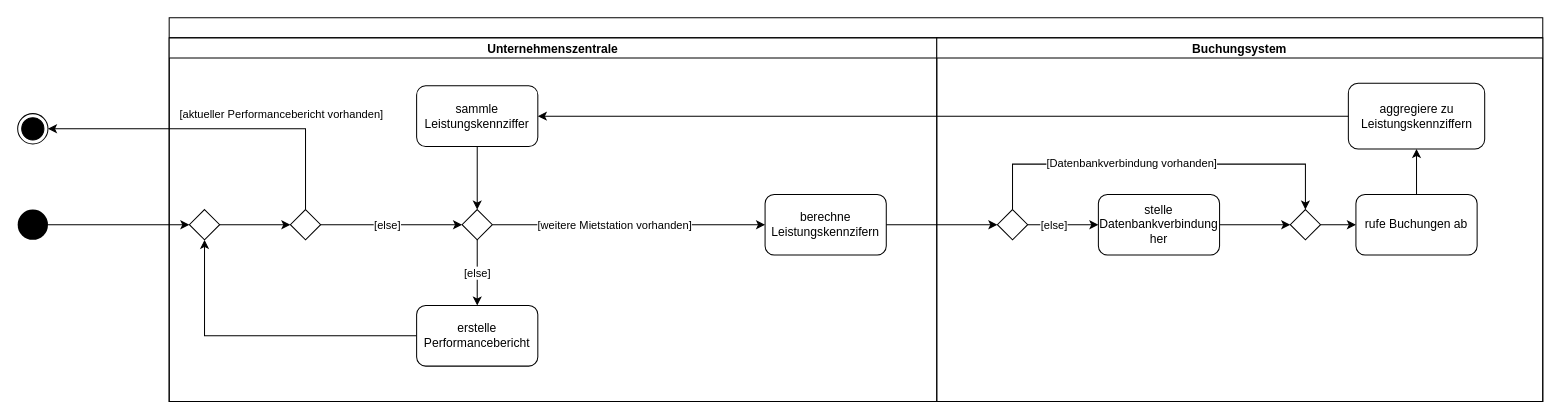
The draw.io diagram E - Allgemeine Verwaltung/E2 - Performance-Bericht erstellen/02 Aktivitätsdiagram - Performance-Bericht erstellen.drawio in DlieBG/car_rental, before the edit. Source tidied: cells renumbered, new cells numbered last; positions are measured from the earlier drawing's top-left corner, leaving out a move shared by most shapes. Both pictures are drawn from the tidied source at 101%, with x=0, y=0 at pixel (17, 17).
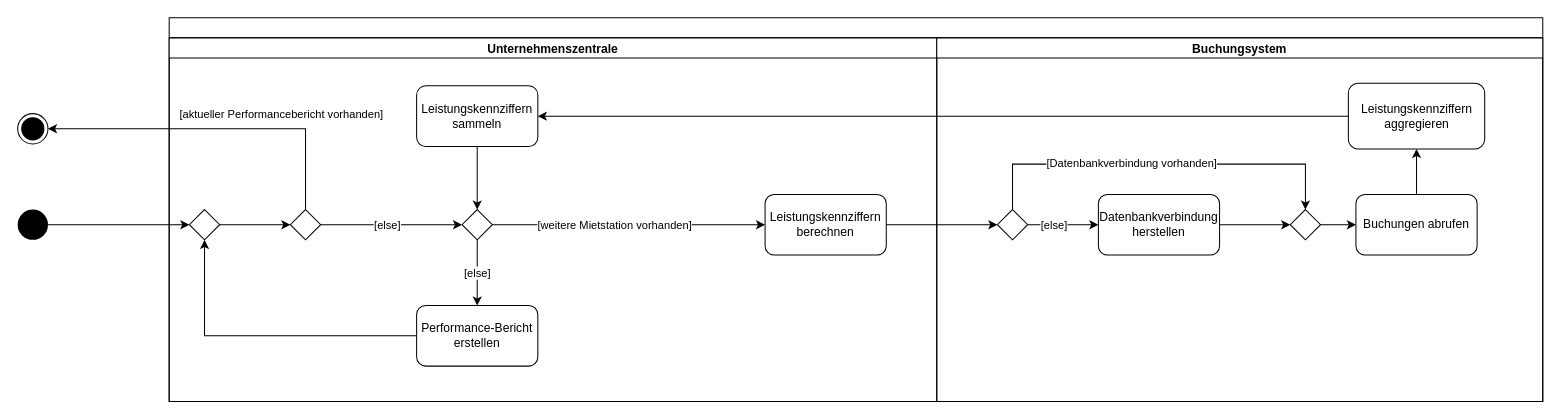
Above is the later version.

The change refers to these unchanged cells:
```xml
<mxCell id="6" value="Unternehmenszentrale" style="swimlane;startSize=20;" parent="5" vertex="1">
  <mxGeometry y="20" width="760" height="360" as="geometry" />
</mxCell>
<mxCell id="21" value="Buchungsystem" style="swimlane;startSize=20;" parent="5" vertex="1">
  <mxGeometry x="760" y="20" width="600" height="360" as="geometry" />
</mxCell>
```

Diff of the diagram source:
```diff
@@
-    <mxCell id="10" value="berechne Leistungskennzifern" style="rounded=1;whiteSpace=wrap;html=1;" parent="6" vertex="1">
+    <mxCell id="10" value=" Leistungskennziffern berechnen" style="rounded=1;whiteSpace=wrap;html=1;" parent="6" vertex="1">
       <mxGeometry x="590" y="155" width="120" height="60" as="geometry" />
     </mxCell>
@@
-    <mxCell id="18" value="sammle Leistungskennziffer" style="whiteSpace=wrap;html=1;rounded=1;" parent="6" vertex="1">
+    <mxCell id="18" value="Leistungskennziffern sammeln" style="whiteSpace=wrap;html=1;rounded=1;" parent="6" vertex="1">
       <mxGeometry x="245" y="47.5" width="120" height="60" as="geometry" />
     </mxCell>
@@
-    <mxCell id="20" value="erstelle Performancebericht" style="rounded=1;whiteSpace=wrap;html=1;" parent="6" vertex="1">
+    <mxCell id="20" value=" Performance-Bericht erstellen" style="rounded=1;whiteSpace=wrap;html=1;" parent="6" vertex="1">
       <mxGeometry x="245" y="265" width="120" height="60" as="geometry" />
     </mxCell>
@@
-    <mxCell id="28" value="stelle Datenbankverbindung her" style="rounded=1;whiteSpace=wrap;html=1;" parent="21" vertex="1">
+    <mxCell id="28" value=" Datenbankverbindung herstellen" style="rounded=1;whiteSpace=wrap;html=1;" parent="21" vertex="1">
       <mxGeometry x="160" y="155" width="120" height="60" as="geometry" />
     </mxCell>
@@
-    <mxCell id="32" value="rufe Buchungen ab" style="rounded=1;whiteSpace=wrap;html=1;" parent="21" vertex="1">
+    <mxCell id="32" value="Buchungen abrufen" style="rounded=1;whiteSpace=wrap;html=1;" parent="21" vertex="1">
       <mxGeometry x="415" y="155" width="120" height="60" as="geometry" />
     </mxCell>
-    <mxCell id="33" value="aggregiere zu Leistungskennziffern" style="whiteSpace=wrap;html=1;rounded=1;" parent="21" vertex="1">
+    <mxCell id="33" value="Leistungskennziffern aggregieren" style="whiteSpace=wrap;html=1;rounded=1;" parent="21" vertex="1">
       <mxGeometry x="407.5" y="45" width="135" height="65" as="geometry" />
     </mxCell>
```
